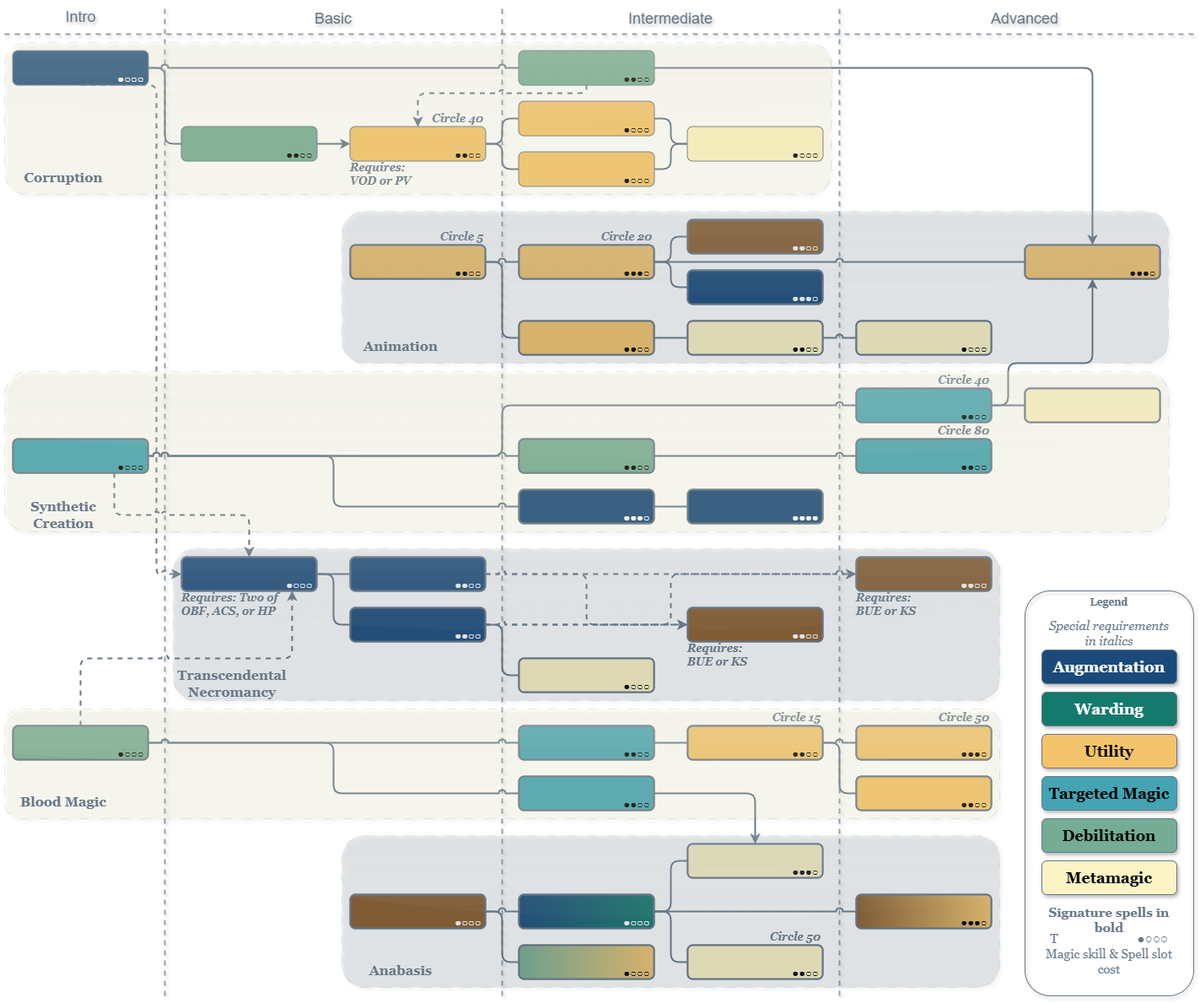
hat071af/dr-spell-trees keeps this draw.io diagram as Necromancer/Necromancer_RC13.png. Above is the earlier version. Source tidied: cells renumbered, new cells last; positions are measured from the earlier drawing's top-left corner, leaving out a move shared by most shapes.
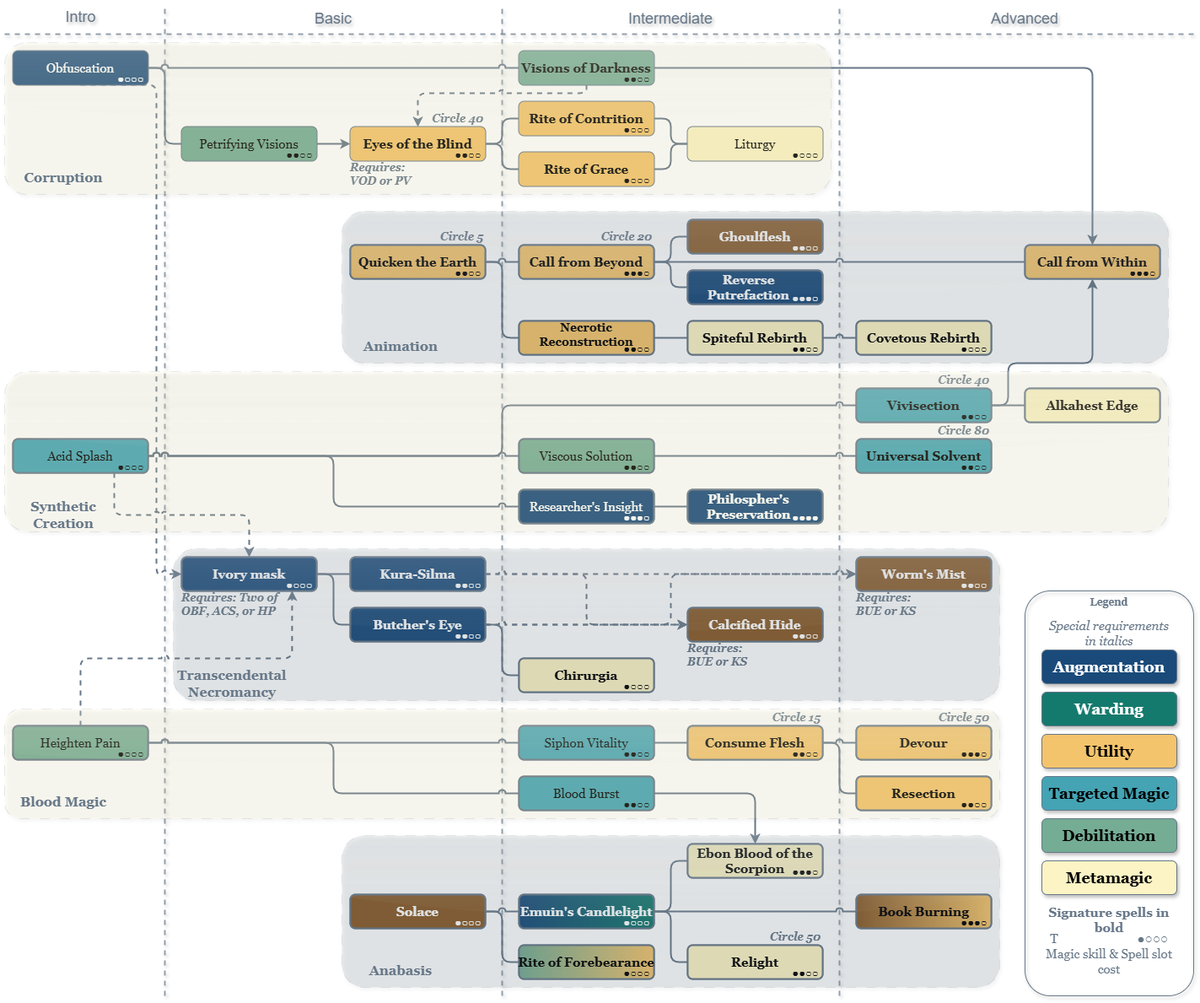
The same file after the commit.

The edit, as a diff of the source:
```diff
@@ -458,6 +458,127 @@
     <mxCell id="145" style="rounded=1;whiteSpace=wrap;strokeWidth=2;strokeColor=#667788;textShadow=1;labelBackgroundColor=none;fillColor=#895b29;gradientColor=#F4C46C;gradientDirection=east;" parent="105" vertex="1">
       <mxGeometry x="1010" y="1060" width="160" height="40" as="geometry" />
     </mxCell>
+    <mxCell id="214" value="Spell name text" parent="0" />
+    <mxCell id="215" value="Obfuscation" style="text;align=center;verticalAlign=middle;whiteSpace=wrap;rounded=0;fontFamily=Georgia;fontSize=15;fontColor=#FFFFFF;labelBackgroundColor=none;fillColor=none;" parent="214" vertex="1">
+      <mxGeometry x="10" y="60" width="160" height="40" as="geometry" />
+    </mxCell>
+    <mxCell id="216" value="Petrifying Visions" style="text;align=center;verticalAlign=middle;whiteSpace=wrap;rounded=0;fontFamily=Georgia;fontSize=15;fontColor=#000000;labelBackgroundColor=none;fillColor=none;" parent="214" vertex="1">
+      <mxGeometry x="210" y="150" width="160" height="40" as="geometry" />
+    </mxCell>
+    <mxCell id="217" value="Eyes of the Blind" style="text;align=center;verticalAlign=middle;whiteSpace=wrap;rounded=0;fontFamily=Georgia;fontSize=15;fontColor=#000000;labelBackgroundColor=none;fontStyle=1;fillColor=none;" parent="214" vertex="1">
+      <mxGeometry x="410" y="150" width="160" height="40" as="geometry" />
+    </mxCell>
+    <mxCell id="218" value="Visions of Darkness" style="text;align=center;verticalAlign=middle;whiteSpace=wrap;rounded=0;fontFamily=Georgia;fontSize=15;fontColor=#000000;labelBackgroundColor=none;fontStyle=1;fillColor=none;" parent="214" vertex="1">
+      <mxGeometry x="610" y="60" width="160" height="40" as="geometry" />
+    </mxCell>
+    <mxCell id="219" value="Rite of Contrition" style="text;align=center;verticalAlign=middle;whiteSpace=wrap;rounded=0;fontFamily=Georgia;fontSize=15;fontColor=#000000;labelBackgroundColor=none;fontStyle=1;fillColor=none;" parent="214" vertex="1">
+      <mxGeometry x="610" y="120" width="160" height="40" as="geometry" />
+    </mxCell>
+    <mxCell id="220" value="Rite of Grace" style="text;align=center;verticalAlign=middle;whiteSpace=wrap;rounded=0;fontFamily=Georgia;fontSize=15;fontColor=#000000;labelBackgroundColor=none;fontStyle=1;fillColor=none;" parent="214" vertex="1">
+      <mxGeometry x="610" y="180" width="160" height="40" as="geometry" />
+    </mxCell>
+    <mxCell id="221" value="Liturgy" style="text;align=center;verticalAlign=middle;whiteSpace=wrap;rounded=0;fontFamily=Georgia;fontSize=15;fontColor=#000000;labelBackgroundColor=none;fillColor=none;" parent="214" vertex="1">
+      <mxGeometry x="810" y="150" width="160" height="40" as="geometry" />
+    </mxCell>
+    <mxCell id="222" value="Quicken the Earth" style="text;align=center;verticalAlign=middle;whiteSpace=wrap;rounded=0;fontFamily=Georgia;fontSize=15;fontColor=#000000;labelBackgroundColor=none;fontStyle=1;fillColor=none;" parent="214" vertex="1">
+      <mxGeometry x="410" y="290" width="160" height="40" as="geometry" />
+    </mxCell>
+    <mxCell id="223" value="Call from Beyond" style="text;align=center;verticalAlign=middle;whiteSpace=wrap;rounded=0;fontFamily=Georgia;fontSize=15;fontColor=#000000;labelBackgroundColor=none;fontStyle=1;fillColor=none;" parent="214" vertex="1">
+      <mxGeometry x="610" y="290" width="160" height="40" as="geometry" />
+    </mxCell>
+    <mxCell id="224" value="Ghoulflesh" style="text;align=center;verticalAlign=middle;whiteSpace=wrap;rounded=0;fontFamily=Georgia;fontSize=15;fontColor=#FFFFFF;labelBackgroundColor=none;fontStyle=1;fillColor=none;" parent="214" vertex="1">
+      <mxGeometry x="810" y="260" width="160" height="40" as="geometry" />
+    </mxCell>
+    <mxCell id="225" value="Necrotic Reconstruction" style="text;align=center;verticalAlign=middle;whiteSpace=wrap;rounded=0;fontFamily=Georgia;fontSize=14;fontColor=#000000;labelBackgroundColor=none;fontStyle=1;spacing=0;spacingBottom=8;fillColor=none;" parent="214" vertex="1">
+      <mxGeometry x="610" y="380" width="160" height="40" as="geometry" />
+    </mxCell>
+    <mxCell id="226" value="Reverse Putrefaction" style="text;align=center;verticalAlign=middle;whiteSpace=wrap;rounded=0;fontFamily=Georgia;fontSize=15;fontColor=#FFFFFF;labelBackgroundColor=none;fontStyle=1;fillColor=none;spacing=0;spacingBottom=0;spacingTop=0;spacingRight=15;" parent="214" vertex="1">
+      <mxGeometry x="810" y="320" width="160" height="40" as="geometry" />
+    </mxCell>
+    <mxCell id="227" value="Spiteful Rebirth" style="text;align=center;verticalAlign=middle;whiteSpace=wrap;rounded=0;fontFamily=Georgia;fontSize=15;fontColor=#000000;labelBackgroundColor=none;fontStyle=1;fillColor=none;" parent="214" vertex="1">
+      <mxGeometry x="810" y="380" width="160" height="40" as="geometry" />
+    </mxCell>
+    <mxCell id="228" value="Covetous Rebirth" style="text;align=center;verticalAlign=middle;whiteSpace=wrap;rounded=0;fontFamily=Georgia;fontSize=15;fontColor=#000000;labelBackgroundColor=none;fontStyle=1;fillColor=none;" parent="214" vertex="1">
+      <mxGeometry x="1010" y="380" width="160" height="40" as="geometry" />
+    </mxCell>
+    <mxCell id="229" value="Call from Within" style="text;align=center;verticalAlign=middle;whiteSpace=wrap;rounded=0;fontFamily=Georgia;fontSize=15;fontColor=#000000;labelBackgroundColor=none;fontStyle=1;fillColor=none;" parent="214" vertex="1">
+      <mxGeometry x="1210" y="290" width="160" height="40" as="geometry" />
+    </mxCell>
+    <mxCell id="230" value="Alkahest Edge" style="text;align=center;verticalAlign=middle;whiteSpace=wrap;rounded=0;fontFamily=Georgia;fontSize=15;fontColor=#000000;labelBackgroundColor=none;fontStyle=1;fillColor=none;" parent="214" vertex="1">
+      <mxGeometry x="1210" y="460" width="160" height="40" as="geometry" />
+    </mxCell>
+    <mxCell id="231" value="Vivisection" style="text;align=center;verticalAlign=middle;whiteSpace=wrap;rounded=0;fontFamily=Georgia;fontSize=15;fontColor=#000000;labelBackgroundColor=none;fontStyle=1;fillColor=none;" parent="214" vertex="1">
+      <mxGeometry x="1010" y="460" width="160" height="40" as="geometry" />
+    </mxCell>
+    <mxCell id="232" value="Universal Solvent" style="text;align=center;verticalAlign=middle;whiteSpace=wrap;rounded=0;fontFamily=Georgia;fontSize=15;fontColor=#000000;labelBackgroundColor=none;fontStyle=1;fillColor=none;" parent="214" vertex="1">
+      <mxGeometry x="1010" y="520" width="160" height="40" as="geometry" />
+    </mxCell>
+    <mxCell id="233" value="Philospher's Preservation" style="text;align=center;verticalAlign=middle;whiteSpace=wrap;rounded=0;fontFamily=Georgia;fontSize=15;fontColor=#FFFFFF;labelBackgroundColor=none;fontStyle=1;fillColor=none;spacing=0;spacingRight=15;" parent="214" vertex="1">
+      <mxGeometry x="810" y="580" width="160" height="40" as="geometry" />
+    </mxCell>
+    <mxCell id="234" value="Viscous Solution" style="text;align=center;verticalAlign=middle;whiteSpace=wrap;rounded=0;fontFamily=Georgia;fontSize=15;fontColor=#000000;labelBackgroundColor=none;fillColor=none;" parent="214" vertex="1">
+      <mxGeometry x="610" y="520" width="160" height="40" as="geometry" />
+    </mxCell>
+    <mxCell id="235" value="Researcher's Insight" style="text;align=center;verticalAlign=middle;whiteSpace=wrap;rounded=0;fontFamily=Georgia;fontSize=15;fontColor=#FFFFFF;labelBackgroundColor=none;fillColor=none;" parent="214" vertex="1">
+      <mxGeometry x="610" y="580" width="160" height="40" as="geometry" />
+    </mxCell>
+    <mxCell id="236" value="Acid Splash" style="text;align=center;verticalAlign=middle;whiteSpace=wrap;rounded=0;fontFamily=Georgia;fontSize=15;fontColor=#000000;labelBackgroundColor=none;fillColor=none;" parent="214" vertex="1">
+      <mxGeometry x="10" y="520" width="160" height="40" as="geometry" />
+    </mxCell>
+    <mxCell id="237" value="Ivory mask" style="text;align=center;verticalAlign=middle;whiteSpace=wrap;rounded=0;fontFamily=Georgia;fontSize=15;fontColor=#FFFFFF;labelBackgroundColor=none;fontStyle=1;fillColor=none;" parent="214" vertex="1">
+      <mxGeometry x="210" y="660" width="160" height="40" as="geometry" />
+    </mxCell>
+    <mxCell id="238" value="Kura-Silma" style="text;align=center;verticalAlign=middle;whiteSpace=wrap;rounded=0;fontFamily=Georgia;fontSize=15;fontColor=#FFFFFF;labelBackgroundColor=none;fontStyle=1;fillColor=none;" parent="214" vertex="1">
+      <mxGeometry x="410" y="660" width="160" height="40" as="geometry" />
+    </mxCell>
+    <mxCell id="239" value="Worm's Mist" style="text;align=center;verticalAlign=middle;whiteSpace=wrap;rounded=0;fontFamily=Georgia;fontSize=15;fontColor=#FFFFFF;labelBackgroundColor=none;fontStyle=1;fillColor=none;" parent="214" vertex="1">
+      <mxGeometry x="1010" y="660" width="160" height="40" as="geometry" />
+    </mxCell>
+    <mxCell id="240" value="Butcher's Eye" style="text;align=center;verticalAlign=middle;whiteSpace=wrap;rounded=0;fontFamily=Georgia;fontSize=15;fontColor=#FFFFFF;labelBackgroundColor=none;fontStyle=1;fillColor=none;" parent="214" vertex="1">
+      <mxGeometry x="410" y="720" width="160" height="40" as="geometry" />
+    </mxCell>
+    <mxCell id="241" value="Siphon Vitality" style="text;align=center;verticalAlign=middle;whiteSpace=wrap;rounded=0;fontFamily=Georgia;fontSize=15;fontColor=#000000;labelBackgroundColor=none;fillColor=none;" parent="214" vertex="1">
+      <mxGeometry x="610" y="860" width="160" height="40" as="geometry" />
+    </mxCell>
+    <mxCell id="242" value="Chirurgia" style="text;align=center;verticalAlign=middle;whiteSpace=wrap;rounded=0;fontFamily=Georgia;fontSize=15;fontColor=#000000;labelBackgroundColor=none;fontStyle=1;fillColor=none;" parent="214" vertex="1">
+      <mxGeometry x="610" y="780" width="160" height="40" as="geometry" />
+    </mxCell>
+    <mxCell id="243" value="Calcified Hide" style="text;align=center;verticalAlign=middle;whiteSpace=wrap;rounded=0;fontFamily=Georgia;fontSize=15;fontColor=#FFFFFF;labelBackgroundColor=none;fontStyle=1;fillColor=none;" parent="214" vertex="1">
+      <mxGeometry x="810" y="720" width="160" height="40" as="geometry" />
+    </mxCell>
+    <mxCell id="244" value="Consume Flesh" style="text;align=center;verticalAlign=middle;whiteSpace=wrap;rounded=0;fontFamily=Georgia;fontSize=15;fontColor=#000000;labelBackgroundColor=none;fontStyle=1;fillColor=none;" parent="214" vertex="1">
+      <mxGeometry x="810" y="860" width="160" height="40" as="geometry" />
+    </mxCell>
+    <mxCell id="245" value="Devour" style="text;align=center;verticalAlign=middle;whiteSpace=wrap;rounded=0;fontFamily=Georgia;fontSize=15;fontColor=#000000;labelBackgroundColor=none;fontStyle=1;fillColor=none;" parent="214" vertex="1">
+      <mxGeometry x="1010" y="860" width="160" height="40" as="geometry" />
+    </mxCell>
+    <mxCell id="246" value="Heighten Pain" style="text;align=center;verticalAlign=middle;whiteSpace=wrap;rounded=0;fontFamily=Georgia;fontSize=15;fontColor=#000000;labelBackgroundColor=none;fillColor=none;" parent="214" vertex="1">
+      <mxGeometry x="10" y="860" width="160" height="40" as="geometry" />
+    </mxCell>
+    <mxCell id="247" value="Solace" style="text;align=center;verticalAlign=middle;whiteSpace=wrap;rounded=0;fontFamily=Georgia;fontSize=15;fontColor=#FFFFFF;labelBackgroundColor=none;fontStyle=1;fillColor=none;" parent="214" vertex="1">
+      <mxGeometry x="410" y="1060" width="160" height="40" as="geometry" />
+    </mxCell>
+    <mxCell id="248" value="Emuin's Candlelight" style="text;align=center;verticalAlign=middle;whiteSpace=wrap;rounded=0;fontFamily=Georgia;fontSize=15;fontColor=#FFFFFF;labelBackgroundColor=none;fontStyle=1;fillColor=none;gradientColor=#147A6D;gradientDirection=east;" parent="214" vertex="1">
+      <mxGeometry x="610" y="1060" width="160" height="40" as="geometry" />
+    </mxCell>
+    <mxCell id="249" value="Relight" style="text;align=center;verticalAlign=middle;whiteSpace=wrap;rounded=0;fontFamily=Georgia;fontSize=15;fontColor=#000000;labelBackgroundColor=none;fontStyle=1;fillColor=none;" parent="214" vertex="1">
+      <mxGeometry x="810" y="1120" width="160" height="40" as="geometry" />
+    </mxCell>
+    <mxCell id="250" value="Book Burning" style="text;align=center;verticalAlign=middle;whiteSpace=wrap;rounded=0;fontFamily=Georgia;fontSize=15;fontColor=#000000;labelBackgroundColor=none;fontStyle=1;fillColor=none;gradientColor=#F4C46C;gradientDirection=east;" parent="214" vertex="1">
+      <mxGeometry x="1010" y="1060" width="160" height="40" as="geometry" />
+    </mxCell>
+    <mxCell id="251" value="Resection" style="text;align=center;verticalAlign=middle;whiteSpace=wrap;rounded=0;fontFamily=Georgia;fontSize=15;fontColor=#000000;labelBackgroundColor=none;fontStyle=1;fillColor=none;" parent="214" vertex="1">
+      <mxGeometry x="1010" y="920" width="160" height="40" as="geometry" />
+    </mxCell>
+    <mxCell id="252" value="Ebon Blood of the Scorpion" style="text;align=center;verticalAlign=middle;whiteSpace=wrap;rounded=0;fontFamily=Georgia;fontSize=15;fontColor=#000000;labelBackgroundColor=none;fontStyle=1;fillColor=none;" parent="214" vertex="1">
+      <mxGeometry x="810" y="1000" width="160" height="40" as="geometry" />
+    </mxCell>
+    <mxCell id="253" value="Rite of Forebearance" style="text;align=center;verticalAlign=middle;whiteSpace=wrap;rounded=0;fontFamily=Georgia;fontSize=15;fontColor=#000000;labelBackgroundColor=none;fontStyle=1;spacing=0;fillColor=none;gradientColor=#F4C46C;gradientDirection=east;" parent="214" vertex="1">
+      <mxGeometry x="610" y="1120" width="160" height="40" as="geometry" />
+    </mxCell>
+    <mxCell id="254" value="Blood Burst" style="text;align=center;verticalAlign=middle;whiteSpace=wrap;rounded=0;fontFamily=Georgia;fontSize=15;fontColor=#000000;labelBackgroundColor=none;fillColor=none;" parent="214" vertex="1">
+      <mxGeometry x="610" y="920" width="160" height="40" as="geometry" />
+    </mxCell>
     <mxCell id="146" value="Spell cost bubbles text" parent="0" />
     <mxCell id="147" value="●○○○" style="text;align=center;verticalAlign=middle;rounded=0;fontFamily=Helvetica;fontSize=13;fontColor=#FFFFFF;labelBackgroundColor=none;spacing=0;spacingTop=0;spacingBottom=-5;fillColor=none;" parent="146" vertex="1">
       <mxGeometry x="130" y="80" width="40" height="20" as="geometry" />
```
